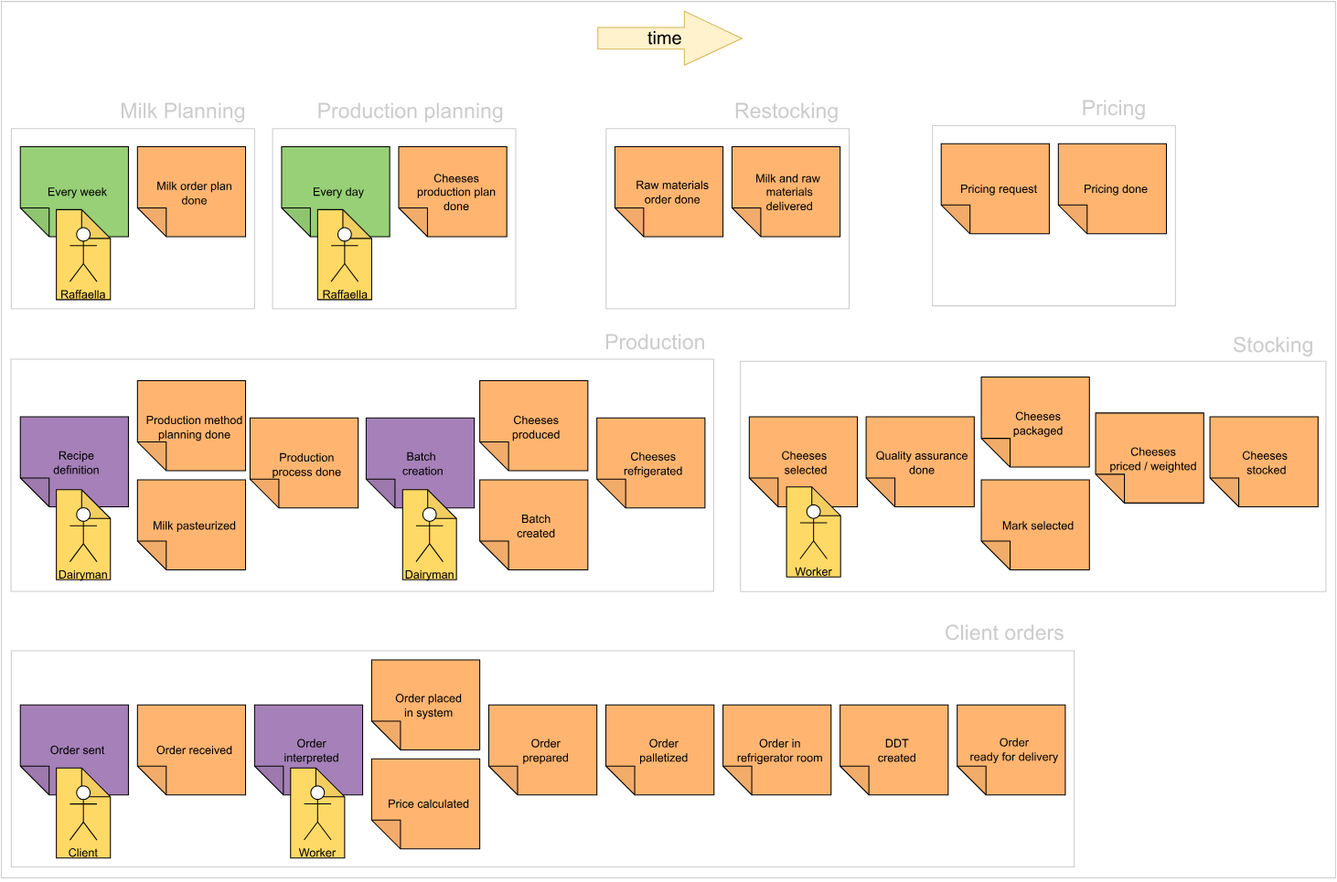
This is docs/_assets/images/eventStorming_dark.svg from atedeg/mdm, a draw.io export, as it was before one commit. Source tidied: cells renumbered, new cells last; positions are measured from the earlier drawing's top-left corner, leaving out a move shared by most shapes.
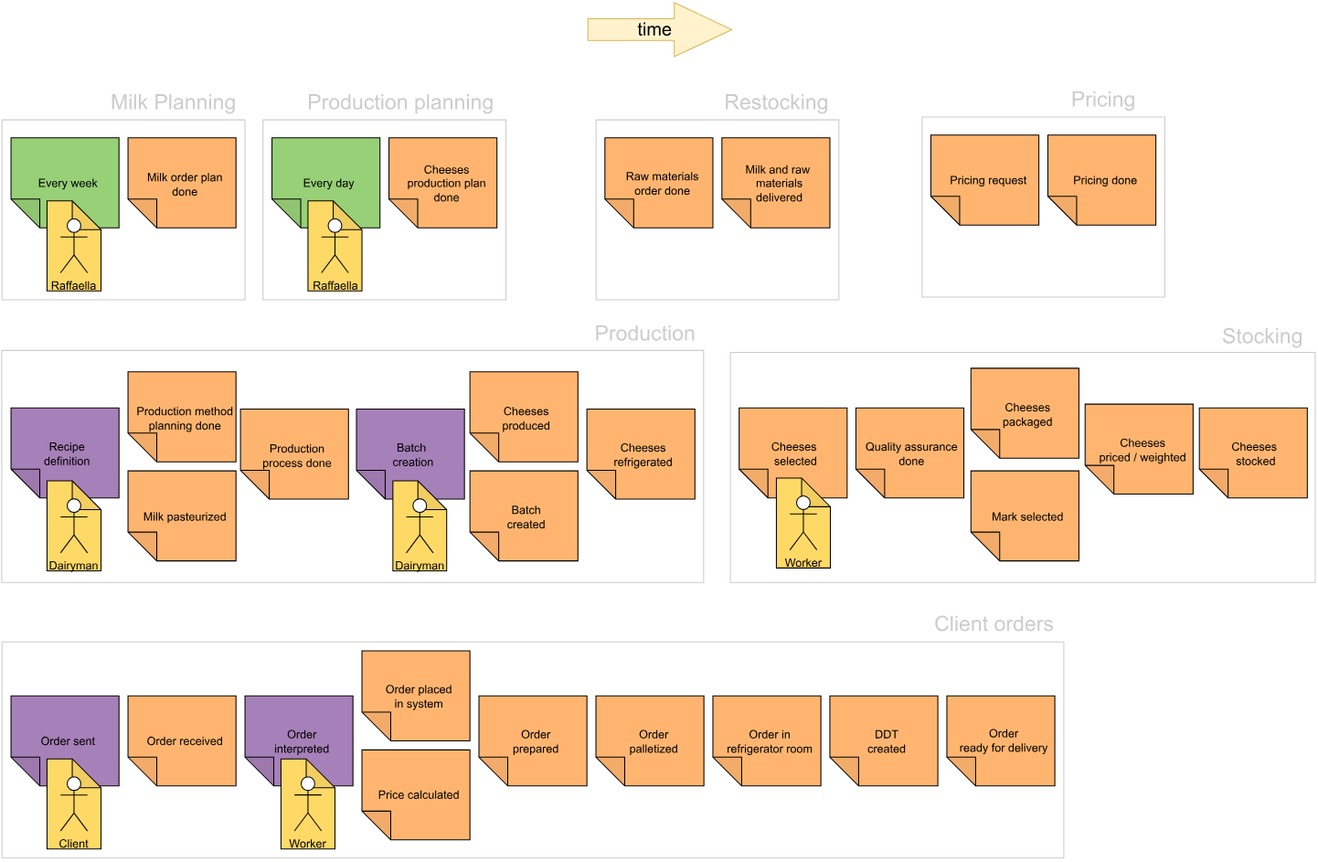
After the change.

What changed in the source:
```diff
@@ -2,9 +2,6 @@
   <root>
     <mxCell id="0" />
     <mxCell id="1" parent="0" />
-    <mxCell id="2" style="rounded=0;whiteSpace=wrap;html=1;labelBackgroundColor=#A69563;fontColor=#000000;strokeColor=#CCCCCC;fillColor=none;" parent="1" vertex="1">
-      <mxGeometry width="1390" height="913.7" as="geometry" />
-    </mxCell>
     <mxCell id="3" style="rounded=0;whiteSpace=wrap;html=1;labelBackgroundColor=#FFB570;fillColor=none;gradientColor=none;strokeColor=#CCCCCC;" parent="1" vertex="1">
       <mxGeometry x="10.3" y="677" width="1107.5" height="225.3" as="geometry" />
     </mxCell>
```
